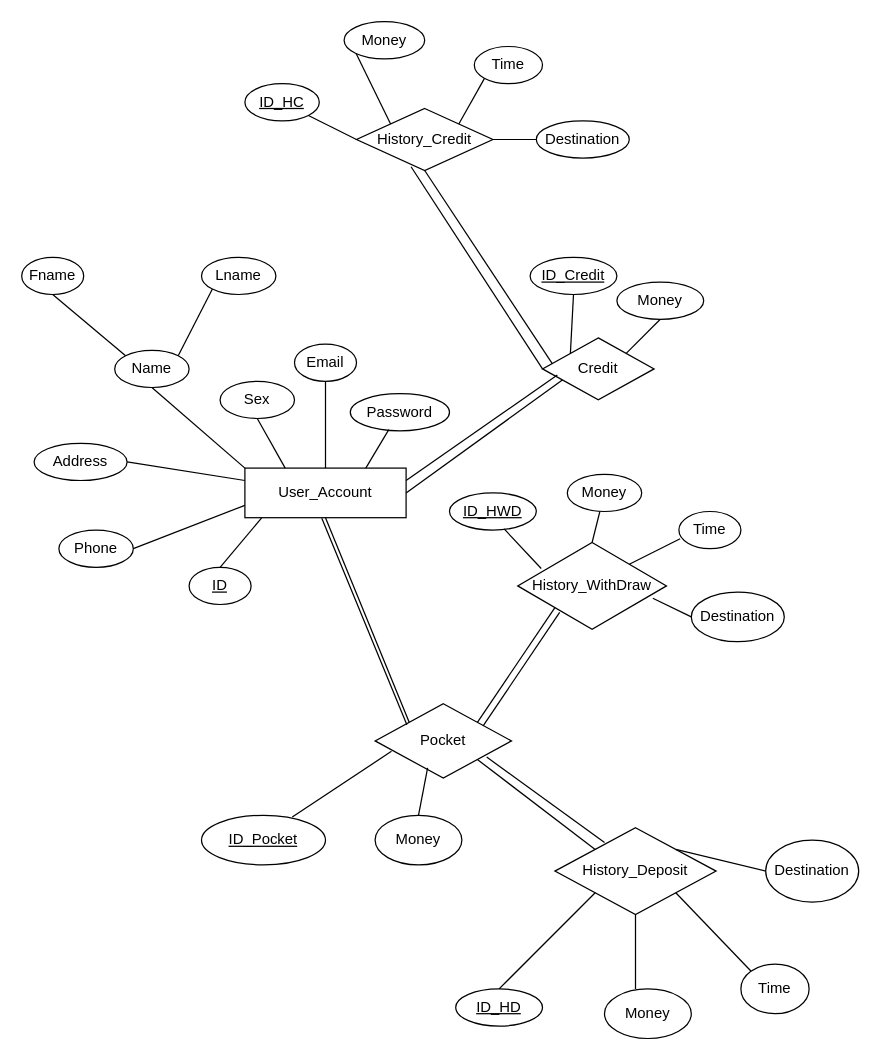
This is er_Diagram.drawio from knwchbr/DBNetbanking, a draw.io file, before an edit. Source tidied: cells renumbered, new cells numbered last; positions are measured from the earlier drawing's top-left corner, leaving out a move shared by most shapes. Both pictures are drawn from the tidied source at 124%, with x=0, y=0 at pixel (21, 21).
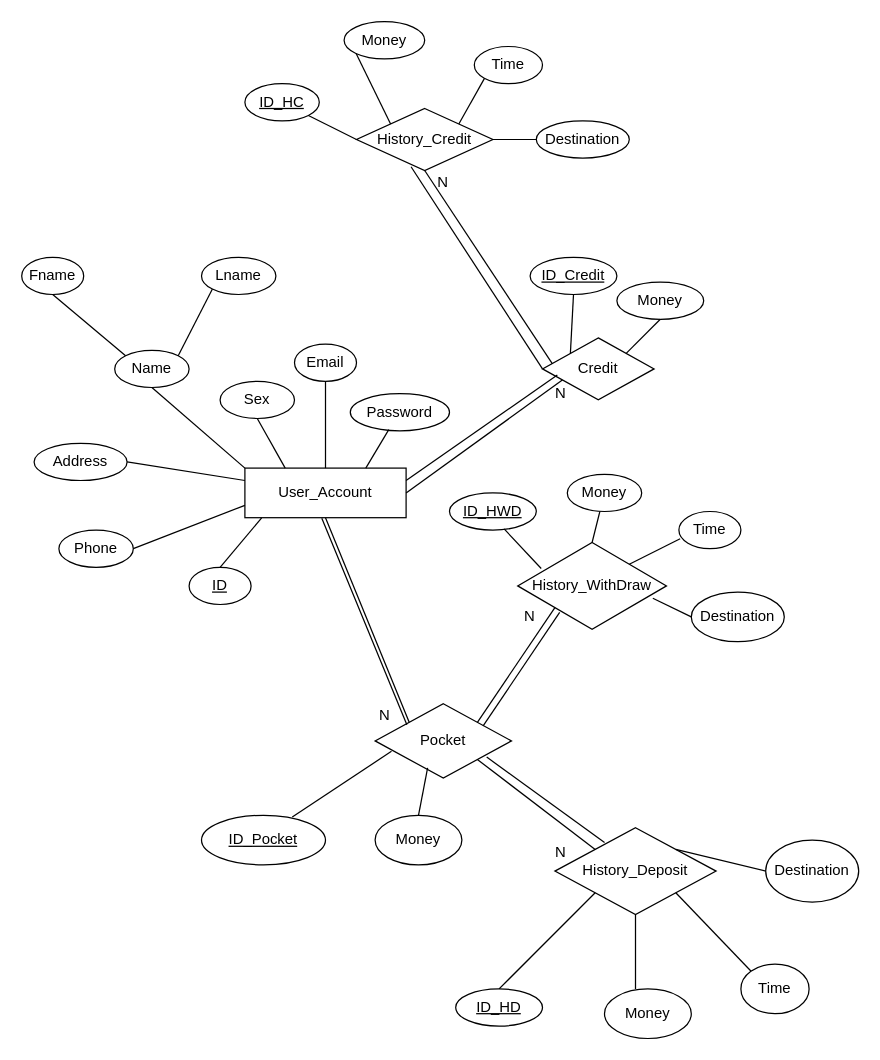
Above is the later version.

The edit, as a diff of the source:
```diff
@@
+    <mxCell id="69" value="N" style="text;html=1;strokeColor=none;fillColor=none;align=center;verticalAlign=middle;whiteSpace=wrap;rounded=0;" parent="1" vertex="1">
+      <mxGeometry x="272.5" y="550" width="40" height="20" as="geometry" />
+    </mxCell>
+    <mxCell id="70" value="N" style="text;html=1;strokeColor=none;fillColor=none;align=center;verticalAlign=middle;whiteSpace=wrap;rounded=0;" parent="1" vertex="1">
+      <mxGeometry x="415" y="660" width="40" height="20" as="geometry" />
+    </mxCell>
+    <mxCell id="71" value="N" style="text;html=1;strokeColor=none;fillColor=none;align=center;verticalAlign=middle;whiteSpace=wrap;rounded=0;" parent="1" vertex="1">
+      <mxGeometry x="390" y="470" width="40" height="20" as="geometry" />
+    </mxCell>
+    <mxCell id="72" value="N" style="text;html=1;strokeColor=none;fillColor=none;align=center;verticalAlign=middle;whiteSpace=wrap;rounded=0;" parent="1" vertex="1">
+      <mxGeometry x="415" y="290" width="40" height="20" as="geometry" />
+    </mxCell>
+    <mxCell id="73" value="N" style="text;html=1;strokeColor=none;fillColor=none;align=center;verticalAlign=middle;whiteSpace=wrap;rounded=0;" parent="1" vertex="1">
+      <mxGeometry x="320" y="120" width="40" height="20" as="geometry" />
+    </mxCell>
```
